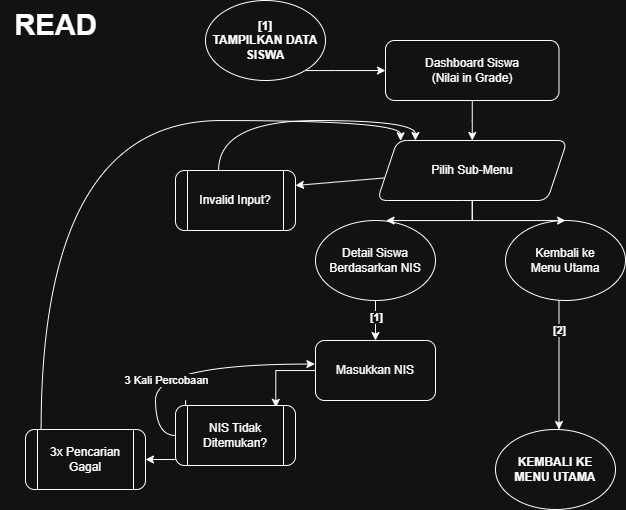
bonifasiusx/capstone-python-crud keeps this draw.io diagram as flowcharts/READ_flowchart.png. Above is the earlier version. Source tidied: cells renumbered, new cells last; positions are measured from the earlier drawing's top-left corner, leaving out a move shared by most shapes.
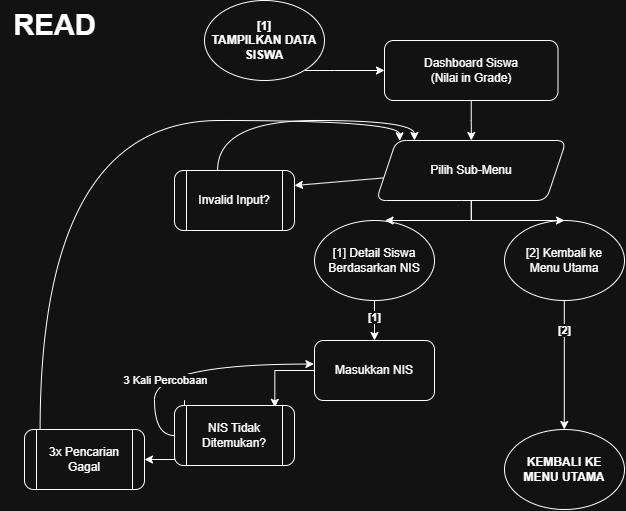
The same diagram one commit later.

The edit, as a diff of the source:
```diff
@@ -30,13 +30,13 @@
         <mxPoint x="-1" y="2" as="offset" />
       </mxGeometry>
     </mxCell>
-    <mxCell id="9" value="Detail Siswa Berdasarkan NIS" style="ellipse;html=1;rounded=1;whiteSpace=wrap;" parent="1" vertex="1">
+    <mxCell id="9" value="[1]&amp;nbsp;&lt;span style=&quot;background-color: transparent; color: light-dark(rgb(0, 0, 0), rgb(255, 255, 255));&quot;&gt;Detail Siswa Berdasarkan NIS&lt;/span&gt;" style="ellipse;html=1;rounded=1;whiteSpace=wrap;" parent="1" vertex="1">
       <mxGeometry x="315" y="220" width="120" height="80" as="geometry" />
     </mxCell>
     <mxCell id="10" style="edgeStyle=orthogonalEdgeStyle;rounded=0;orthogonalLoop=1;jettySize=auto;html=1;entryX=0.5;entryY=0;entryDx=0;entryDy=0;" parent="1" edge="1">
       <mxGeometry relative="1" as="geometry">
-        <mxPoint x="558.5" y="220" as="sourcePoint" />
-        <mxPoint x="558.5" y="429" as="targetPoint" />
+        <mxPoint x="564.8" y="220" as="sourcePoint" />
+        <mxPoint x="564.8" y="429" as="targetPoint" />
       </mxGeometry>
     </mxCell>
     <mxCell id="11" value="&lt;b&gt;[2]&lt;/b&gt;" style="edgeLabel;html=1;align=center;verticalAlign=middle;" parent="10" vertex="1">
@@ -44,7 +44,7 @@
         <mxPoint x="1" y="85" as="offset" />
       </mxGeometry>
     </mxCell>
-    <mxCell id="12" value="Kembali ke&lt;div&gt;Menu Utama&lt;/div&gt;" style="ellipse;html=1;rounded=1;whiteSpace=wrap;" parent="1" vertex="1">
+    <mxCell id="12" value="[2]&amp;nbsp;&lt;span style=&quot;background-color: transparent; color: light-dark(rgb(0, 0, 0), rgb(255, 255, 255));&quot;&gt;Kembali ke&lt;/span&gt;&lt;div&gt;&lt;div&gt;&lt;div&gt;Menu Utama&lt;/div&gt;&lt;/div&gt;&lt;/div&gt;" style="ellipse;html=1;rounded=1;whiteSpace=wrap;" parent="1" vertex="1">
       <mxGeometry x="505" y="220" width="120" height="80" as="geometry" />
     </mxCell>
     <mxCell id="13" style="rounded=0;jettySize=auto;html=1;entryX=0.836;entryY=0.031;entryDx=0;entryDy=0;entryPerimeter=0;edgeStyle=orthogonalEdgeStyle;" parent="1" edge="1" source="14" target="18">
@@ -76,7 +76,7 @@
       <mxGeometry x="25" y="429" width="120" height="60" as="geometry" />
     </mxCell>
     <mxCell id="20" value="&lt;b&gt;KEMBALI KE&lt;/b&gt;&lt;div&gt;&lt;b style=&quot;background-color: transparent; color: light-dark(rgb(0, 0, 0), rgb(255, 255, 255));&quot;&gt;MENU UTAMA&lt;/b&gt;&lt;/div&gt;" style="ellipse;html=1;rounded=1;whiteSpace=wrap;" parent="1" vertex="1">
-      <mxGeometry x="495" y="429" width="120" height="80" as="geometry" />
+      <mxGeometry x="505" y="429" width="120" height="80" as="geometry" />
     </mxCell>
     <mxCell id="21" style="rounded=0;jettySize=auto;html=1;entryX=1;entryY=0.25;entryDx=0;entryDy=0;" parent="1" edge="1" source="23" target="25">
       <mxGeometry relative="1" as="geometry" />
```
